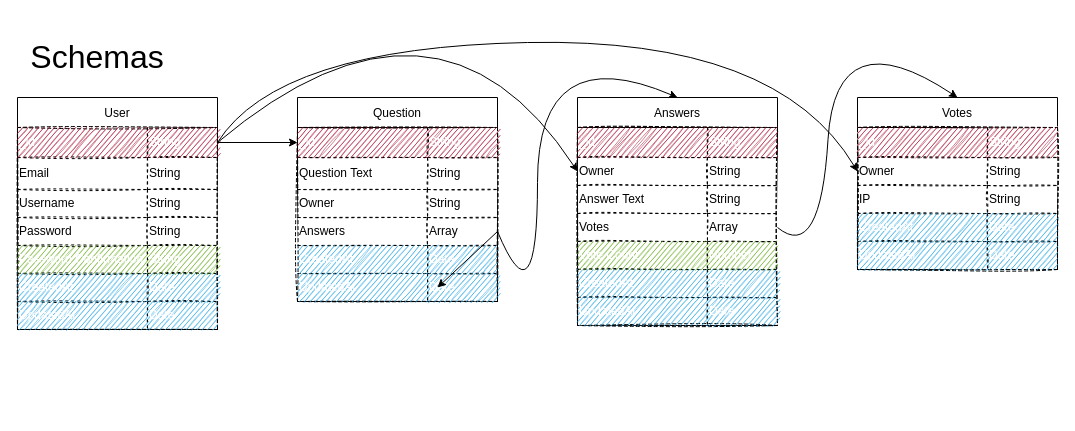
lovegroa/Project-3 keeps this draw.io diagram as best/planning/schema.drawio. Above is the earlier version. Source tidied: cells renumbered, new cells numbered last; positions are measured from the earlier drawing's top-left corner, leaving out a move shared by most shapes. Both pictures are drawn from the tidied source at 100%, with x=0, y=0 at pixel (17, -43).
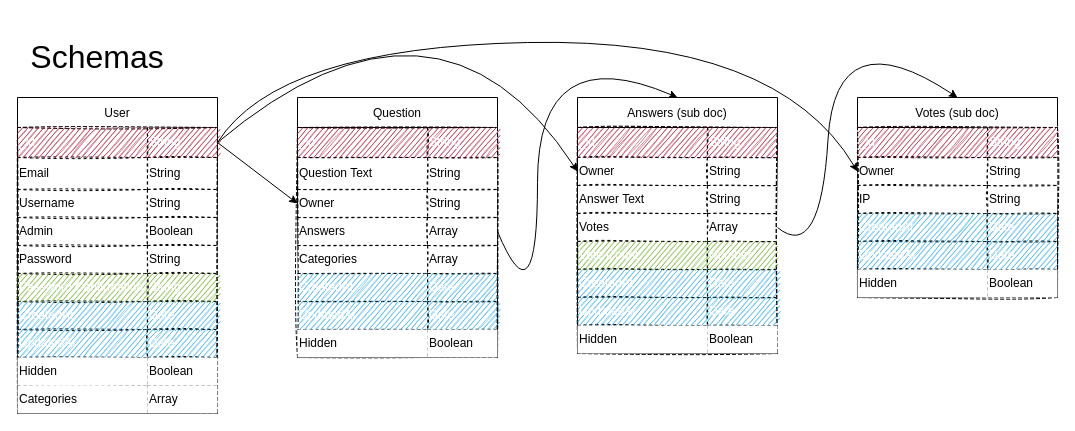
The same page after the edit.

The change refers to these unchanged cells:
```xml
<mxCell id="5" style="shape=partialRectangle;html=1;whiteSpace=wrap;fillColor=none;top=0;left=0;bottom=0;right=0;points=[[0,0.5],[1,0.5]];portConstraint=eastwest;rounded=0;shadow=0;glass=0;dashed=1;sketch=1;fontSize=20;" parent="4" vertex="1">
  <mxGeometry width="200" height="30" as="geometry" />
</mxCell>
<mxCell id="28" style="shape=partialRectangle;html=1;whiteSpace=wrap;fillColor=none;top=0;left=0;bottom=0;right=0;points=[[0,0.5],[1,0.5]];portConstraint=eastwest;rounded=0;shadow=0;glass=0;dashed=1;sketch=1;fontSize=20;" parent="27" vertex="1">
  <mxGeometry width="200" height="30" as="geometry" />
</mxCell>
<mxCell id="34" style="shape=partialRectangle;html=1;whiteSpace=wrap;fillColor=none;top=0;left=0;bottom=0;right=0;points=[[0,0.5],[1,0.5]];portConstraint=eastwest;rounded=0;shadow=0;glass=0;dashed=1;sketch=1;fontSize=20;" parent="27" vertex="1">
  <mxGeometry y="62" width="200" height="28" as="geometry" />
</mxCell>
<mxCell id="37" style="shape=partialRectangle;html=1;whiteSpace=wrap;fillColor=none;top=0;left=0;bottom=0;right=0;points=[[0,0.5],[1,0.5]];portConstraint=eastwest;rounded=0;shadow=0;glass=0;dashed=1;sketch=1;fontSize=20;" parent="27" vertex="1">
  <mxGeometry y="90" width="200" height="28" as="geometry" />
</mxCell>
```

Diff of the diagram source:
```diff
@@
     <mxCell id="3" value="User" style="swimlane;fontStyle=0;horizontal=1;startSize=30;" parent="1" vertex="1">
-      <mxGeometry y="140" width="200" height="232" as="geometry" />
+      <mxGeometry y="140" width="200" height="316" as="geometry" />
     </mxCell>
     <mxCell id="4" style="shape=table;html=1;whiteSpace=wrap;startSize=0;childLayout=tableLayout;rounded=0;shadow=0;glass=0;dashed=1;sketch=1;fontSize=20;align=left;" parent="3" vertex="1">
-      <mxGeometry y="30" width="200" height="202" as="geometry" />
+      <mxGeometry y="30" width="200" height="286" as="geometry" />
     </mxCell>
@@
+    <mxCell id="92" style="shape=partialRectangle;html=1;whiteSpace=wrap;fillColor=none;top=0;left=0;bottom=0;right=0;rounded=0;shadow=0;glass=0;dashed=1;sketch=1;fontSize=20;" parent="4" vertex="1">
+      <mxGeometry y="90" width="200" height="28" as="geometry" />
+    </mxCell>
+    <mxCell id="93" value="Admin" style="shape=partialRectangle;html=1;whiteSpace=wrap;fillColor=none;top=0;left=0;bottom=0;right=0;overflow=hidden;rounded=0;shadow=0;glass=0;dashed=1;sketch=1;fontSize=12;align=left;" parent="92" vertex="1">
+      <mxGeometry width="130" height="28" as="geometry" />
+    </mxCell>
+    <mxCell id="94" value="Boolean" style="shape=partialRectangle;html=1;whiteSpace=wrap;fillColor=none;top=0;left=0;bottom=0;right=0;overflow=hidden;rounded=0;shadow=0;glass=0;dashed=1;sketch=1;fontSize=12;align=left;" parent="92" vertex="1">
+      <mxGeometry x="130" width="70" height="28" as="geometry" />
+    </mxCell>
     <mxCell id="14" style="shape=partialRectangle;html=1;whiteSpace=wrap;fillColor=none;top=0;left=0;bottom=0;right=0;rounded=0;shadow=0;glass=0;dashed=1;sketch=1;fontSize=20;" parent="4" vertex="1">
-      <mxGeometry y="90" width="200" height="28" as="geometry" />
+      <mxGeometry y="118" width="200" height="28" as="geometry" />
     </mxCell>
@@
     <mxCell id="17" style="shape=partialRectangle;html=1;whiteSpace=wrap;fillColor=none;top=0;left=0;bottom=0;right=0;rounded=0;shadow=0;glass=0;dashed=1;sketch=1;fontSize=20;" parent="4" vertex="1">
-      <mxGeometry y="118" width="200" height="28" as="geometry" />
+      <mxGeometry y="146" width="200" height="28" as="geometry" />
     </mxCell>
@@
     <mxCell id="20" style="shape=partialRectangle;html=1;whiteSpace=wrap;fillColor=none;top=0;left=0;bottom=0;right=0;rounded=0;shadow=0;glass=0;dashed=1;sketch=1;fontSize=20;" parent="4" vertex="1">
-      <mxGeometry y="146" width="200" height="28" as="geometry" />
+      <mxGeometry y="174" width="200" height="28" as="geometry" />
     </mxCell>
@@
     <mxCell id="23" style="shape=partialRectangle;html=1;whiteSpace=wrap;fillColor=none;top=0;left=0;bottom=0;right=0;rounded=0;shadow=0;glass=0;dashed=1;sketch=1;fontSize=20;" parent="4" vertex="1">
-      <mxGeometry y="174" width="200" height="28" as="geometry" />
+      <mxGeometry y="202" width="200" height="28" as="geometry" />
     </mxCell>
@@
+    <mxCell id="95" style="shape=partialRectangle;html=1;whiteSpace=wrap;fillColor=none;top=0;left=0;bottom=0;right=0;rounded=0;shadow=0;glass=0;dashed=1;sketch=1;fontSize=20;" parent="4" vertex="1">
+      <mxGeometry y="230" width="200" height="28" as="geometry" />
+    </mxCell>
+    <mxCell id="96" value="Hidden" style="shape=partialRectangle;html=1;whiteSpace=wrap;top=0;left=0;bottom=0;right=0;overflow=hidden;rounded=0;shadow=0;glass=0;dashed=1;sketch=0;fontSize=12;align=left;" parent="95" vertex="1">
+      <mxGeometry width="130" height="28" as="geometry" />
+    </mxCell>
+    <mxCell id="97" value="Boolean" style="shape=partialRectangle;html=1;whiteSpace=wrap;top=0;left=0;bottom=0;right=0;overflow=hidden;rounded=0;shadow=0;glass=0;dashed=1;sketch=0;fontSize=12;align=left;" parent="95" vertex="1">
+      <mxGeometry x="130" width="70" height="28" as="geometry" />
+    </mxCell>
+    <mxCell id="98" style="shape=partialRectangle;html=1;whiteSpace=wrap;fillColor=none;top=0;left=0;bottom=0;right=0;rounded=0;shadow=0;glass=0;dashed=1;sketch=1;fontSize=20;" parent="4" vertex="1">
+      <mxGeometry y="258" width="200" height="28" as="geometry" />
+    </mxCell>
+    <mxCell id="99" value="Categories" style="shape=partialRectangle;html=1;whiteSpace=wrap;top=0;left=0;bottom=0;right=0;overflow=hidden;rounded=0;shadow=0;glass=0;dashed=1;sketch=0;fontSize=12;align=left;" parent="98" vertex="1">
+      <mxGeometry width="130" height="28" as="geometry" />
+    </mxCell>
+    <mxCell id="100" value="Array" style="shape=partialRectangle;html=1;whiteSpace=wrap;top=0;left=0;bottom=0;right=0;overflow=hidden;rounded=0;shadow=0;glass=0;dashed=1;sketch=0;fontSize=12;align=left;" parent="98" vertex="1">
+      <mxGeometry x="130" width="70" height="28" as="geometry" />
+    </mxCell>
     <mxCell id="26" value="Question" style="swimlane;fontStyle=0;horizontal=1;startSize=30;" parent="1" vertex="1">
-      <mxGeometry x="280" y="140" width="200" height="204" as="geometry" />
+      <mxGeometry x="280" y="140" width="200" height="260" as="geometry" />
     </mxCell>
     <mxCell id="27" style="shape=table;html=1;whiteSpace=wrap;startSize=0;childLayout=tableLayout;rounded=0;shadow=0;glass=0;dashed=1;sketch=1;fontSize=20;align=left;" parent="26" vertex="1">
-      <mxGeometry y="30" width="200" height="174" as="geometry" />
+      <mxGeometry y="30" width="200" height="230" as="geometry" />
     </mxCell>
@@
+    <mxCell id="101" style="shape=partialRectangle;html=1;whiteSpace=wrap;fillColor=none;top=0;left=0;bottom=0;right=0;rounded=0;shadow=0;glass=0;dashed=1;sketch=1;fontSize=20;" parent="27" vertex="1">
+      <mxGeometry y="118" width="200" height="28" as="geometry" />
+    </mxCell>
+    <mxCell id="102" value="Categories" style="shape=partialRectangle;html=1;whiteSpace=wrap;fillColor=none;top=0;left=0;bottom=0;right=0;overflow=hidden;rounded=0;shadow=0;glass=0;dashed=1;sketch=1;fontSize=12;align=left;" parent="101" vertex="1">
+      <mxGeometry width="130" height="28" as="geometry" />
+    </mxCell>
+    <mxCell id="103" value="Array" style="shape=partialRectangle;html=1;whiteSpace=wrap;fillColor=none;top=0;left=0;bottom=0;right=0;overflow=hidden;rounded=0;shadow=0;glass=0;dashed=1;sketch=1;fontSize=12;align=left;" parent="101" vertex="1">
+      <mxGeometry x="130" width="70" height="28" as="geometry" />
+    </mxCell>
     <mxCell id="40" style="shape=partialRectangle;html=1;whiteSpace=wrap;fillColor=none;top=0;left=0;bottom=0;right=0;rounded=0;shadow=0;glass=0;dashed=1;sketch=1;fontSize=20;" parent="27" vertex="1">
-      <mxGeometry y="118" width="200" height="28" as="geometry" />
+      <mxGeometry y="146" width="200" height="28" as="geometry" />
     </mxCell>
@@
     <mxCell id="43" style="shape=partialRectangle;html=1;whiteSpace=wrap;fillColor=none;top=0;left=0;bottom=0;right=0;rounded=0;shadow=0;glass=0;dashed=1;sketch=1;fontSize=20;" parent="27" vertex="1">
-      <mxGeometry y="146" width="200" height="28" as="geometry" />
+      <mxGeometry y="174" width="200" height="28" as="geometry" />
     </mxCell>
@@
+    <mxCell id="104" style="shape=partialRectangle;html=1;whiteSpace=wrap;fillColor=none;top=0;left=0;bottom=0;right=0;rounded=0;shadow=0;glass=0;dashed=1;sketch=1;fontSize=20;" parent="27" vertex="1">
+      <mxGeometry y="202" width="200" height="28" as="geometry" />
+    </mxCell>
+    <mxCell id="105" value="Hidden" style="shape=partialRectangle;html=1;whiteSpace=wrap;top=0;left=0;bottom=0;right=0;overflow=hidden;rounded=0;shadow=0;glass=0;dashed=1;sketch=0;fontSize=12;align=left;" parent="104" vertex="1">
+      <mxGeometry width="130" height="28" as="geometry" />
+    </mxCell>
+    <mxCell id="106" value="Boolean" style="shape=partialRectangle;html=1;whiteSpace=wrap;top=0;left=0;bottom=0;right=0;overflow=hidden;rounded=0;shadow=0;glass=0;dashed=1;sketch=0;fontSize=12;align=left;" parent="104" vertex="1">
+      <mxGeometry x="130" width="70" height="28" as="geometry" />
+    </mxCell>
-    <mxCell id="46" style="endArrow=classic;html=1;fontSize=12;fontColor=#FFFFFF;exitX=1;exitY=0.5;exitDx=0;exitDy=0;entryX=0;entryY=0.5;entryDx=0;entryDy=0;" parent="1" edge="1" source="5" target="28">
+    <mxCell id="46" style="endArrow=classic;html=1;fontSize=12;fontColor=#FFFFFF;exitX=1;exitY=0.5;exitDx=0;exitDy=0;entryX=0;entryY=0.5;entryDx=0;entryDy=0;" parent="1" edge="1" source="5" target="34">
       <mxGeometry relative="1" as="geometry" />
     </mxCell>
-    <mxCell id="47" value="Answers" style="swimlane;fontStyle=0;horizontal=1;startSize=30;" parent="1" vertex="1">
-      <mxGeometry x="560" y="140" width="200" height="228" as="geometry" />
+    <mxCell id="47" value="Answers (sub doc)" style="swimlane;fontStyle=0;horizontal=1;startSize=30;" parent="1" vertex="1">
+      <mxGeometry x="560" y="140" width="200" height="256" as="geometry" />
     </mxCell>
     <mxCell id="48" style="shape=table;html=1;whiteSpace=wrap;startSize=0;childLayout=tableLayout;rounded=0;shadow=0;glass=0;dashed=1;sketch=1;fontSize=20;align=left;" parent="47" vertex="1">
-      <mxGeometry y="30" width="200" height="198" as="geometry" />
+      <mxGeometry y="30" width="200" height="226" as="geometry" />
     </mxCell>
@@
+    <mxCell id="107" style="shape=partialRectangle;html=1;whiteSpace=wrap;fillColor=none;top=0;left=0;bottom=0;right=0;rounded=0;shadow=0;glass=0;dashed=1;sketch=1;fontSize=20;" parent="48" vertex="1">
+      <mxGeometry y="198" width="200" height="28" as="geometry" />
+    </mxCell>
+    <mxCell id="108" value="Hidden" style="shape=partialRectangle;html=1;whiteSpace=wrap;top=0;left=0;bottom=0;right=0;overflow=hidden;rounded=0;shadow=0;glass=0;dashed=1;sketch=0;fontSize=12;align=left;" parent="107" vertex="1">
+      <mxGeometry width="130" height="28" as="geometry" />
+    </mxCell>
+    <mxCell id="109" value="Boolean" style="shape=partialRectangle;html=1;whiteSpace=wrap;top=0;left=0;bottom=0;right=0;overflow=hidden;rounded=0;shadow=0;glass=0;dashed=1;sketch=0;fontSize=12;align=left;" parent="107" vertex="1">
+      <mxGeometry x="130" width="70" height="28" as="geometry" />
+    </mxCell>
@@
-    <mxCell id="71" style="endArrow=classic;html=1;fontSize=12;fontColor=#FFFFFF;entryX=0;entryY=0.5;entryDx=0;entryDy=0;exitX=1;exitY=0.5;exitDx=0;exitDy=0;" parent="1" edge="1" source="37">
-      <mxGeometry relative="1" as="geometry">
-        <mxPoint x="420" y="330" as="targetPoint" />
-      </mxGeometry>
-    </mxCell>
-    <mxCell id="72" value="Votes" style="swimlane;fontStyle=0;horizontal=1;startSize=30;" parent="1" vertex="1">
-      <mxGeometry x="840" y="140" width="200" height="172" as="geometry" />
+    <mxCell id="72" value="Votes (sub doc)" style="swimlane;fontStyle=0;horizontal=1;startSize=30;" parent="1" vertex="1">
+      <mxGeometry x="840" y="140" width="200" height="200" as="geometry" />
     </mxCell>
     <mxCell id="73" style="shape=table;html=1;whiteSpace=wrap;startSize=0;childLayout=tableLayout;rounded=0;shadow=0;glass=0;dashed=1;sketch=1;fontSize=20;align=left;" parent="72" vertex="1">
-      <mxGeometry y="30" width="200" height="142" as="geometry" />
+      <mxGeometry y="30" width="200" height="170" as="geometry" />
     </mxCell>
@@
+    <mxCell id="110" style="shape=partialRectangle;html=1;whiteSpace=wrap;fillColor=none;top=0;left=0;bottom=0;right=0;rounded=0;shadow=0;glass=0;dashed=1;sketch=1;fontSize=20;" parent="73" vertex="1">
+      <mxGeometry y="142" width="200" height="28" as="geometry" />
+    </mxCell>
+    <mxCell id="111" value="Hidden" style="shape=partialRectangle;html=1;whiteSpace=wrap;top=0;left=0;bottom=0;right=0;overflow=hidden;rounded=0;shadow=0;glass=0;dashed=1;sketch=0;fontSize=12;align=left;" parent="110" vertex="1">
+      <mxGeometry width="130" height="28" as="geometry" />
+    </mxCell>
+    <mxCell id="112" value="Boolean" style="shape=partialRectangle;html=1;whiteSpace=wrap;top=0;left=0;bottom=0;right=0;overflow=hidden;rounded=0;shadow=0;glass=0;dashed=1;sketch=0;fontSize=12;align=left;" parent="110" vertex="1">
+      <mxGeometry x="130" width="70" height="28" as="geometry" />
+    </mxCell>
```
